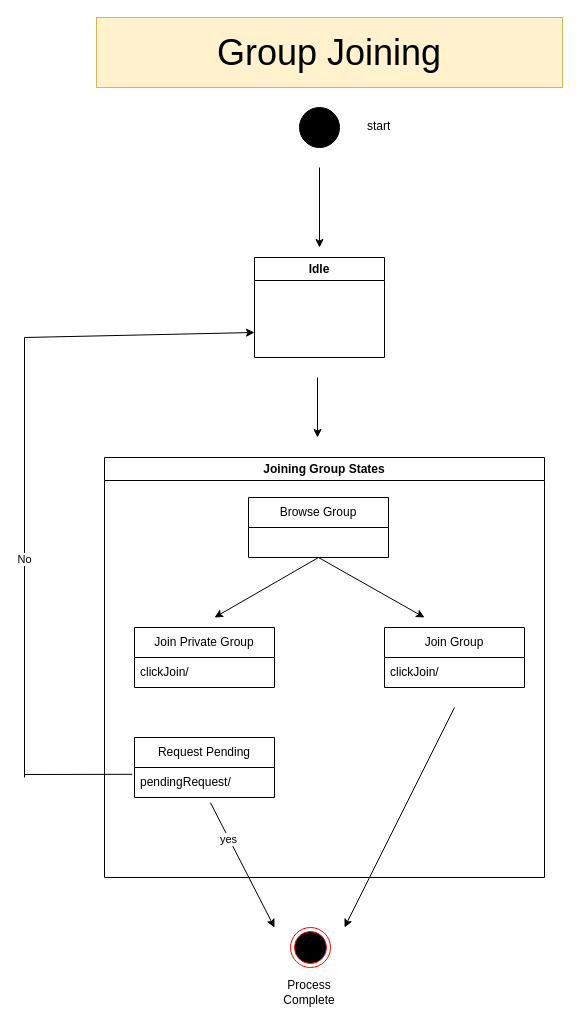
Earlier version of the draw.io diagram page "Group Joining" (5 of 6) of Models/State Machine Diagram.drawio (ParkinnAuto/StudyMate). Source tidied: cells renumbered, new cells numbered last; positions are measured from the earlier drawing's top-left corner, leaving out a move shared by most shapes. Both pictures are drawn from the tidied source at 100%, with x=0, y=0 at pixel (24, 17).
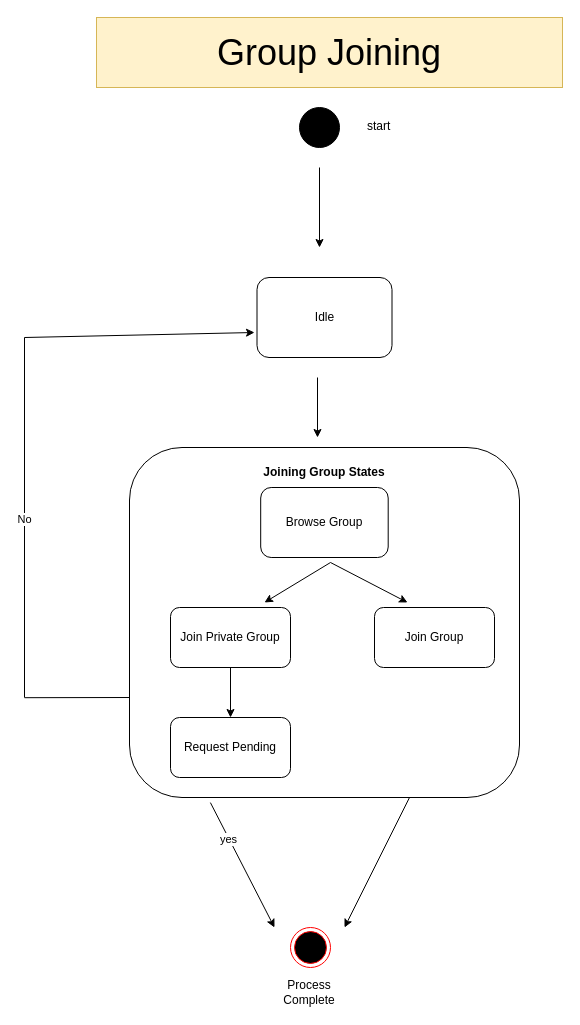
The same diagram, later.

What changed in the source:
```diff
@@
-    <mxCell id="6" value="Idle" style="swimlane;whiteSpace=wrap;html=1;" parent="1" vertex="1">
-      <mxGeometry x="230" y="240" width="130" height="100" as="geometry" />
-    </mxCell>
@@
-    <mxCell id="8" value="Joining Group States" style="swimlane;whiteSpace=wrap;html=1;" parent="1" vertex="1">
-      <mxGeometry x="80" y="440" width="440" height="420" as="geometry" />
-    </mxCell>
-    <mxCell id="9" style="endArrow=classic;html=1;rounded=0;exitX=0.5;exitY=1;exitDx=0;exitDy=0;" parent="8" edge="1" source="10">
-      <mxGeometry relative="1" as="geometry">
-        <mxPoint x="320" y="160" as="targetPoint" />
-      </mxGeometry>
-    </mxCell>
-    <mxCell id="10" value="Browse Group" style="swimlane;fontStyle=0;horizontal=1;startSize=30;whiteSpace=wrap;html=1;" parent="8" vertex="1">
-      <mxGeometry x="144" y="40" width="140" height="60" as="geometry" />
-    </mxCell>
-    <mxCell id="11" value="Join Group" style="swimlane;fontStyle=0;horizontal=1;startSize=30;whiteSpace=wrap;html=1;" parent="8" vertex="1">
-      <mxGeometry x="280" y="170" width="140" height="60" as="geometry" />
-    </mxCell>
-    <mxCell id="12" value="clickJoin/" style="text;strokeColor=none;fillColor=none;align=left;verticalAlign=middle;spacingLeft=4;spacingRight=4;overflow=hidden;whiteSpace=wrap;html=1;" parent="11" vertex="1">
-      <mxGeometry y="30" width="140" height="30" as="geometry" />
-    </mxCell>
-    <mxCell id="13" style="endArrow=classic;html=1;rounded=0;exitX=0.5;exitY=1;exitDx=0;exitDy=0;" parent="8" edge="1" source="10">
-      <mxGeometry relative="1" as="geometry">
-        <mxPoint x="110" y="160" as="targetPoint" />
-      </mxGeometry>
-    </mxCell>
-    <mxCell id="14" value="Join Private Group" style="swimlane;fontStyle=0;horizontal=1;startSize=30;whiteSpace=wrap;html=1;" parent="8" vertex="1">
-      <mxGeometry x="30" y="170" width="140" height="60" as="geometry" />
-    </mxCell>
-    <mxCell id="15" value="clickJoin/" style="text;strokeColor=none;fillColor=none;align=left;verticalAlign=middle;spacingLeft=4;spacingRight=4;overflow=hidden;whiteSpace=wrap;html=1;" parent="14" vertex="1">
-      <mxGeometry y="30" width="140" height="30" as="geometry" />
-    </mxCell>
-    <mxCell id="16" value="Request Pending" style="swimlane;fontStyle=0;horizontal=1;startSize=30;whiteSpace=wrap;html=1;" parent="8" vertex="1">
-      <mxGeometry x="30" y="280" width="140" height="60" as="geometry" />
-    </mxCell>
-    <mxCell id="17" value="pendingRequest/" style="text;strokeColor=none;fillColor=none;align=left;verticalAlign=middle;spacingLeft=4;spacingRight=4;overflow=hidden;points=[[0,0.5],[1,0.5]];portConstraint=eastwest;whiteSpace=wrap;html=1;" parent="16" vertex="1">
-      <mxGeometry y="30" width="140" height="30" as="geometry" />
-    </mxCell>
-    <mxCell id="18" style="endArrow=none;html=1;rounded=0;exitX=-0.016;exitY=0.227;exitDx=0;exitDy=0;exitPerimeter=0;" parent="1" edge="1" source="17">
+    <mxCell id="18" style="endArrow=none;html=1;rounded=0;exitX=-0.016;exitY=0.227;exitDx=0;exitDy=0;exitPerimeter=0;" parent="1" edge="1">
       <mxGeometry relative="1" as="geometry">
-        <mxPoint y="757" as="targetPoint" />
+        <mxPoint x="107.8" y="680" as="sourcePoint" />
+        <mxPoint y="680.2" as="targetPoint" />
       </mxGeometry>
     </mxCell>
     <mxCell id="19" style="endArrow=none;html=1;rounded=0;" parent="1" edge="1">
       <mxGeometry relative="1" as="geometry">
-        <mxPoint y="760" as="sourcePoint" />
+        <mxPoint y="680" as="sourcePoint" />
         <mxPoint y="320" as="targetPoint" />
       </mxGeometry>
     </mxCell>
@@
-    <mxCell id="21" style="endArrow=classic;html=1;rounded=0;entryX=0;entryY=0.75;entryDx=0;entryDy=0;" parent="1" edge="1" target="6">
+    <mxCell id="21" style="endArrow=classic;html=1;rounded=0;entryX=0;entryY=0.75;entryDx=0;entryDy=0;" parent="1" edge="1">
       <mxGeometry relative="1" as="geometry">
         <mxPoint y="320" as="sourcePoint" />
+        <mxPoint x="230" y="315" as="targetPoint" />
       </mxGeometry>
     </mxCell>
-    <mxCell id="22" style="endArrow=classic;html=1;rounded=0;exitX=0.542;exitY=1.169;exitDx=0;exitDy=0;exitPerimeter=0;" parent="1" edge="1" source="17">
+    <mxCell id="22" style="endArrow=classic;html=1;rounded=0;exitX=0.542;exitY=1.169;exitDx=0;exitDy=0;exitPerimeter=0;" parent="1" edge="1">
       <mxGeometry relative="1" as="geometry">
+        <mxPoint x="185.9" y="785.1" as="sourcePoint" />
         <mxPoint x="250" y="910" as="targetPoint" />
       </mxGeometry>
     </mxCell>
@@
+    <mxCell id="6" value="Idle" style="rounded=1;whiteSpace=wrap;html=1;" parent="1" vertex="1">
+      <mxGeometry x="232.5" y="260" width="135" height="80" as="geometry" />
+    </mxCell>
+    <mxCell id="27" style="rounded=1;whiteSpace=wrap;html=1;" parent="1" vertex="1">
+      <mxGeometry x="105" y="430" width="390" height="350" as="geometry" />
+    </mxCell>
+    <mxCell id="8" value="&lt;span style=&quot;font-weight: 700;&quot;&gt;Joining Group States&lt;/span&gt;" style="text;html=1;align=center;verticalAlign=middle;whiteSpace=wrap;rounded=0;" parent="1" vertex="1">
+      <mxGeometry x="227" y="440" width="146" height="30" as="geometry" />
+    </mxCell>
+    <mxCell id="10" value="Browse Group" style="rounded=1;whiteSpace=wrap;html=1;" parent="1" vertex="1">
+      <mxGeometry x="236.2" y="470" width="127.5" height="70" as="geometry" />
+    </mxCell>
+    <mxCell id="28" style="endArrow=classic;html=1;rounded=0;exitX=0.5;exitY=1;exitDx=0;exitDy=0;" parent="1" edge="1">
+      <mxGeometry relative="1" as="geometry">
+        <mxPoint x="306" y="545" as="sourcePoint" />
+        <mxPoint x="383" y="585" as="targetPoint" />
+      </mxGeometry>
+    </mxCell>
+    <mxCell id="29" style="endArrow=classic;html=1;rounded=0;exitX=0.5;exitY=1;exitDx=0;exitDy=0;" parent="1" edge="1">
+      <mxGeometry relative="1" as="geometry">
+        <mxPoint x="306" y="545" as="sourcePoint" />
+        <mxPoint x="240" y="585" as="targetPoint" />
+      </mxGeometry>
+    </mxCell>
+    <mxCell id="14" value="Join Private Group" style="rounded=1;whiteSpace=wrap;html=1;" parent="1" vertex="1">
+      <mxGeometry x="146" y="590" width="120" height="60" as="geometry" />
+    </mxCell>
+    <mxCell id="11" value="Join Group" style="rounded=1;whiteSpace=wrap;html=1;" parent="1" vertex="1">
+      <mxGeometry x="350" y="590" width="120" height="60" as="geometry" />
+    </mxCell>
+    <mxCell id="16" value="Request Pending" style="rounded=1;whiteSpace=wrap;html=1;" parent="1" vertex="1">
+      <mxGeometry x="146" y="700" width="120" height="60" as="geometry" />
+    </mxCell>
+    <mxCell id="30" style="endArrow=classic;html=1;rounded=0;exitX=0.5;exitY=1;exitDx=0;exitDy=0;entryX=0.5;entryY=0;entryDx=0;entryDy=0;" parent="1" edge="1" source="14" target="16">
+      <mxGeometry relative="1" as="geometry" />
+    </mxCell>
```
